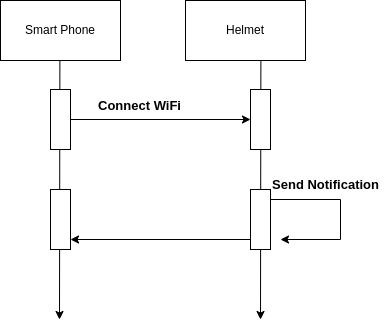
This is sequence diagram.drawio.png from rushikesh-mallanath/draw, a draw.io export, as it was before one commit. Source tidied: cells renumbered, new cells last; positions are measured from the earlier drawing's top-left corner, leaving out a move shared by most shapes. Source of this version:
```xml
<mxGraphModel>
  <root>
    <mxCell id="0" />
    <mxCell id="1" parent="0" />
    <mxCell id="2" value="Smart Phone" style="rounded=0;whiteSpace=wrap;html=1;" parent="1" vertex="1">
      <mxGeometry width="120" height="60" as="geometry" />
    </mxCell>
    <mxCell id="3" value="Helmet" style="rounded=0;whiteSpace=wrap;html=1;" parent="1" vertex="1">
      <mxGeometry x="185" width="120" height="60" as="geometry" />
    </mxCell>
    <mxCell id="4" style="endArrow=classic;html=1;rounded=0;" parent="1" edge="1">
      <mxGeometry relative="1" as="geometry">
        <mxPoint x="59.4" y="60" as="sourcePoint" />
        <mxPoint x="59" y="319" as="targetPoint" />
      </mxGeometry>
    </mxCell>
    <mxCell id="5" style="endArrow=classic;html=1;rounded=0;" parent="1" edge="1">
      <mxGeometry relative="1" as="geometry">
        <mxPoint x="260.4" y="60" as="sourcePoint" />
        <mxPoint x="260" y="319" as="targetPoint" />
      </mxGeometry>
    </mxCell>
    <mxCell id="6" style="rounded=0;whiteSpace=wrap;html=1;" parent="1" vertex="1">
      <mxGeometry x="50" y="89" width="20" height="60" as="geometry" />
    </mxCell>
    <mxCell id="7" style="rounded=0;whiteSpace=wrap;html=1;" parent="1" vertex="1">
      <mxGeometry x="250" y="89" width="20" height="60" as="geometry" />
    </mxCell>
    <mxCell id="8" value="&lt;b&gt;&lt;font style=&quot;font-size: 13px;&quot;&gt;Connect WiFi&lt;/font&gt;&lt;/b&gt;" style="text;html=1;align=center;verticalAlign=middle;strokeColor=none;fillColor=none;" parent="1" vertex="1">
      <mxGeometry x="84" y="90" width="110" height="30" as="geometry" />
    </mxCell>
    <mxCell id="9" style="endArrow=classic;html=1;rounded=0;entryX=0;entryY=0.5;entryDx=0;entryDy=0;" parent="1" edge="1" target="7">
      <mxGeometry relative="1" as="geometry">
        <mxPoint x="70" y="119" as="sourcePoint" />
      </mxGeometry>
    </mxCell>
    <mxCell id="10" style="rounded=0;whiteSpace=wrap;html=1;" parent="1" vertex="1">
      <mxGeometry x="50" y="189" width="20" height="60" as="geometry" />
    </mxCell>
    <mxCell id="11" style="rounded=0;whiteSpace=wrap;html=1;" parent="1" vertex="1">
      <mxGeometry x="250" y="189" width="20" height="60" as="geometry" />
    </mxCell>
    <mxCell id="12" style="endArrow=classic;html=1;rounded=0;" parent="1" edge="1">
      <mxGeometry relative="1" as="geometry">
        <mxPoint x="270" y="199" as="sourcePoint" />
        <mxPoint x="280" y="239" as="targetPoint" />
        <Array as="points">
          <mxPoint x="270" y="199" />
          <mxPoint x="340" y="199" />
          <mxPoint x="340" y="239" />
        </Array>
      </mxGeometry>
    </mxCell>
    <mxCell id="13" value="&lt;font style=&quot;font-size: 13px;&quot;&gt;&lt;b&gt;Send&amp;nbsp;Notification&lt;/b&gt;&lt;/font&gt;" style="text;html=1;align=center;verticalAlign=middle;strokeColor=none;fillColor=none;" parent="1" vertex="1">
      <mxGeometry x="260" y="169" width="130" height="30" as="geometry" />
    </mxCell>
    <mxCell id="14" style="endArrow=classic;html=1;rounded=0;" parent="1" edge="1">
      <mxGeometry relative="1" as="geometry">
        <mxPoint x="250" y="239" as="sourcePoint" />
        <mxPoint x="70" y="239" as="targetPoint" />
      </mxGeometry>
    </mxCell>
  </root>
</mxGraphModel>
```
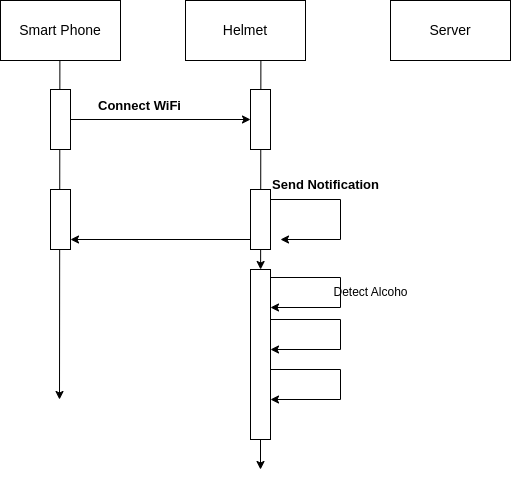
After the change.

What changed in the source:
```diff
@@ -2,30 +2,26 @@
   <root>
     <mxCell id="0" />
     <mxCell id="1" parent="0" />
-    <mxCell id="2" value="Smart Phone" style="rounded=0;whiteSpace=wrap;html=1;" parent="1" vertex="1">
+    <mxCell id="2" value="&lt;font style=&quot;font-size: 14px;&quot;&gt;Smart Phone&lt;/font&gt;" style="rounded=0;whiteSpace=wrap;html=1;" parent="1" vertex="1">
       <mxGeometry width="120" height="60" as="geometry" />
     </mxCell>
-    <mxCell id="3" value="Helmet" style="rounded=0;whiteSpace=wrap;html=1;" parent="1" vertex="1">
+    <mxCell id="3" value="&lt;font style=&quot;font-size: 14px;&quot;&gt;Helmet&lt;/font&gt;" style="rounded=0;whiteSpace=wrap;html=1;" parent="1" vertex="1">
       <mxGeometry x="185" width="120" height="60" as="geometry" />
     </mxCell>
     <mxCell id="4" style="endArrow=classic;html=1;rounded=0;" parent="1" edge="1">
       <mxGeometry relative="1" as="geometry">
         <mxPoint x="59.4" y="60" as="sourcePoint" />
-        <mxPoint x="59" y="319" as="targetPoint" />
+        <mxPoint x="59" y="399" as="targetPoint" />
       </mxGeometry>
     </mxCell>
-    <mxCell id="5" style="endArrow=classic;html=1;rounded=0;" parent="1" edge="1">
+    <mxCell id="5" style="endArrow=classic;html=1;rounded=0;" parent="1" edge="1" source="17">
       <mxGeometry relative="1" as="geometry">
-        <mxPoint x="260.4" y="60" as="sourcePoint" />
-        <mxPoint x="260" y="319" as="targetPoint" />
+        <mxPoint x="260" y="469" as="targetPoint" />
       </mxGeometry>
     </mxCell>
     <mxCell id="6" style="rounded=0;whiteSpace=wrap;html=1;" parent="1" vertex="1">
       <mxGeometry x="50" y="89" width="20" height="60" as="geometry" />
     </mxCell>
-    <mxCell id="7" style="rounded=0;whiteSpace=wrap;html=1;" parent="1" vertex="1">
-      <mxGeometry x="250" y="89" width="20" height="60" as="geometry" />
-    </mxCell>
     <mxCell id="8" value="&lt;b&gt;&lt;font style=&quot;font-size: 13px;&quot;&gt;Connect WiFi&lt;/font&gt;&lt;/b&gt;" style="text;html=1;align=center;verticalAlign=middle;strokeColor=none;fillColor=none;" parent="1" vertex="1">
       <mxGeometry x="84" y="90" width="110" height="30" as="geometry" />
     </mxCell>
@@ -37,9 +33,6 @@
     <mxCell id="10" style="rounded=0;whiteSpace=wrap;html=1;" parent="1" vertex="1">
       <mxGeometry x="50" y="189" width="20" height="60" as="geometry" />
     </mxCell>
-    <mxCell id="11" style="rounded=0;whiteSpace=wrap;html=1;" parent="1" vertex="1">
-      <mxGeometry x="250" y="189" width="20" height="60" as="geometry" />
-    </mxCell>
     <mxCell id="12" style="endArrow=classic;html=1;rounded=0;" parent="1" edge="1">
       <mxGeometry relative="1" as="geometry">
         <mxPoint x="270" y="199" as="sourcePoint" />
@@ -60,5 +53,58 @@
         <mxPoint x="70" y="239" as="targetPoint" />
       </mxGeometry>
     </mxCell>
+    <mxCell id="15" value="&lt;font style=&quot;font-size: 14px;&quot;&gt;Server&lt;/font&gt;" style="rounded=0;whiteSpace=wrap;html=1;" parent="1" vertex="1">
+      <mxGeometry x="390" width="120" height="60" as="geometry" />
+    </mxCell>
+    <mxCell id="16" style="endArrow=classic;html=1;rounded=0;" parent="1" edge="1" target="17">
+      <mxGeometry relative="1" as="geometry">
+        <mxPoint x="260.4" y="60" as="sourcePoint" />
+      </mxGeometry>
+    </mxCell>
+    <mxCell id="17" style="rounded=0;whiteSpace=wrap;html=1;" parent="1" vertex="1">
+      <mxGeometry x="250" y="269" width="20" height="170" as="geometry" />
+    </mxCell>
+    <mxCell id="11" style="rounded=0;whiteSpace=wrap;html=1;" parent="1" vertex="1">
+      <mxGeometry x="250" y="189" width="20" height="60" as="geometry" />
+    </mxCell>
+    <mxCell id="7" style="rounded=0;whiteSpace=wrap;html=1;" parent="1" vertex="1">
+      <mxGeometry x="250" y="89" width="20" height="60" as="geometry" />
+    </mxCell>
+    <mxCell id="18" style="endArrow=classic;html=1;rounded=0;" parent="1" edge="1">
+      <mxGeometry relative="1" as="geometry">
+        <mxPoint x="270" y="277" as="sourcePoint" />
+        <mxPoint x="270" y="307" as="targetPoint" />
+        <Array as="points">
+          <mxPoint x="270" y="277" />
+          <mxPoint x="340" y="277" />
+          <mxPoint x="340" y="307" />
+        </Array>
+      </mxGeometry>
+    </mxCell>
+    <mxCell id="19" style="endArrow=classic;html=1;rounded=0;" parent="1" edge="1">
+      <mxGeometry relative="1" as="geometry">
+        <mxPoint x="270" y="319" as="sourcePoint" />
+        <mxPoint x="270" y="349" as="targetPoint" />
+        <Array as="points">
+          <mxPoint x="270" y="319" />
+          <mxPoint x="340" y="319" />
+          <mxPoint x="340" y="349" />
+        </Array>
+      </mxGeometry>
+    </mxCell>
+    <mxCell id="20" style="endArrow=classic;html=1;rounded=0;" parent="1" edge="1">
+      <mxGeometry relative="1" as="geometry">
+        <mxPoint x="270" y="369" as="sourcePoint" />
+        <mxPoint x="270" y="399" as="targetPoint" />
+        <Array as="points">
+          <mxPoint x="270" y="369" />
+          <mxPoint x="340" y="369" />
+          <mxPoint x="340" y="399" />
+        </Array>
+      </mxGeometry>
+    </mxCell>
+    <mxCell id="21" value="Detect Alcoho" style="text;html=1;align=center;verticalAlign=middle;strokeColor=none;fillColor=none;" parent="1" vertex="1">
+      <mxGeometry x="320" y="277" width="100" height="30" as="geometry" />
+    </mxCell>
   </root>
 </mxGraphModel>
```
